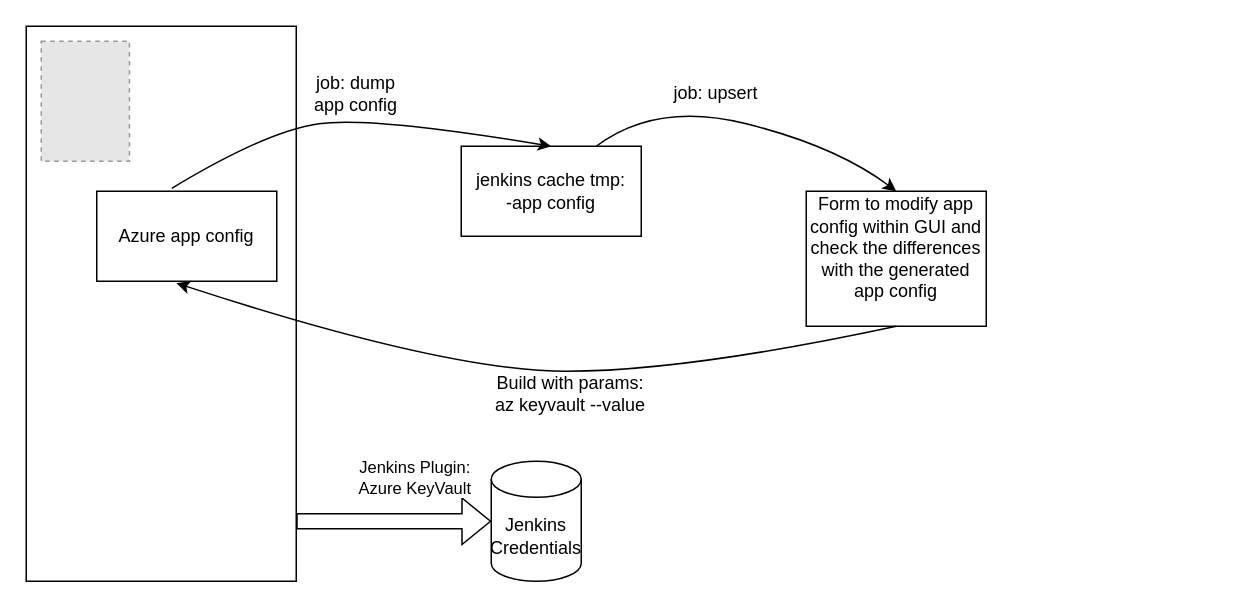
Above: Untitled Diagram.drawio in joeakc/AKS (draw.io), before the change. Source tidied: cells renumbered, new cells numbered last; positions are measured from the earlier drawing's top-left corner, leaving out a move shared by most shapes. Both pictures are drawn from the tidied source at 150%, with x=0, y=0 at pixel (26, 26). Pictures stored in the file or linked from it are replaced by grey dashed boxes.
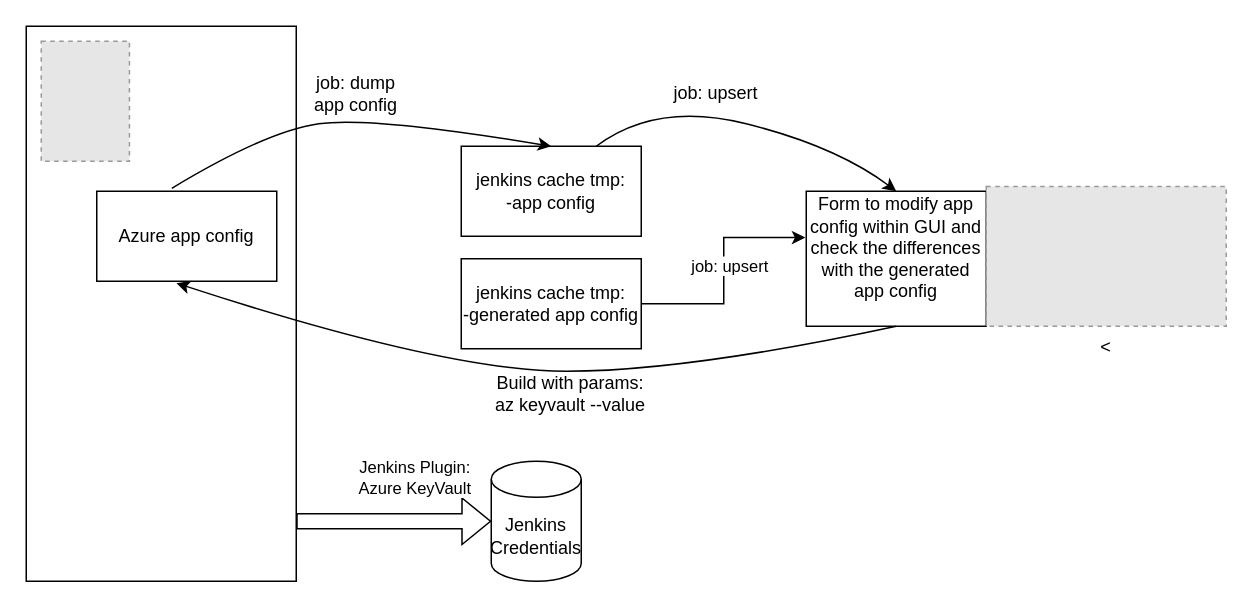
The same page after the edit.

Commit message:
AKS jenkins Architecture.drawio

Unchanged cells that the change refers to:
```xml
<mxCell id="11" value="Form to modify app config within GUI and check the differences with the generated app config&lt;div&gt;&lt;br&gt;&lt;/div&gt;" style="rounded=0;whiteSpace=wrap;html=1;" parent="1" vertex="1">
  <mxGeometry x="520" y="110" width="120" height="90" as="geometry" />
</mxCell>
```

The edit, as a diff of the source:
```diff
@@
+    <mxCell id="16" value="jenkins cache tmp:&lt;div&gt;-generated app config&lt;/div&gt;" style="rounded=0;whiteSpace=wrap;html=1;" parent="1" vertex="1">
+      <mxGeometry x="290" y="155" width="120" height="60" as="geometry" />
+    </mxCell>
+    <mxCell id="17" style="edgeStyle=orthogonalEdgeStyle;rounded=0;jettySize=auto;html=1;exitX=1;exitY=0.5;exitDx=0;exitDy=0;entryX=-0.005;entryY=0.343;entryDx=0;entryDy=0;entryPerimeter=0;" parent="1" edge="1" source="16" target="11">
+      <mxGeometry relative="1" as="geometry" />
+    </mxCell>
+    <mxCell id="18" value="job: upsert" style="edgeLabel;html=1;align=center;verticalAlign=middle;" parent="17" vertex="1">
+      <mxGeometry x="0.06" y="-3" relative="1" as="geometry" />
+    </mxCell>
+    <mxCell id="19" value="&lt;" style="fillColor=#E6E6E6;strokeColor=#999999;dashed=1;verticalLabelPosition=bottom;labelBackgroundColor=default;verticalAlign=top;" parent="1" vertex="1">
+      <mxGeometry x="640" y="106.8" width="160" height="93.2" as="geometry" />
+    </mxCell>
```
